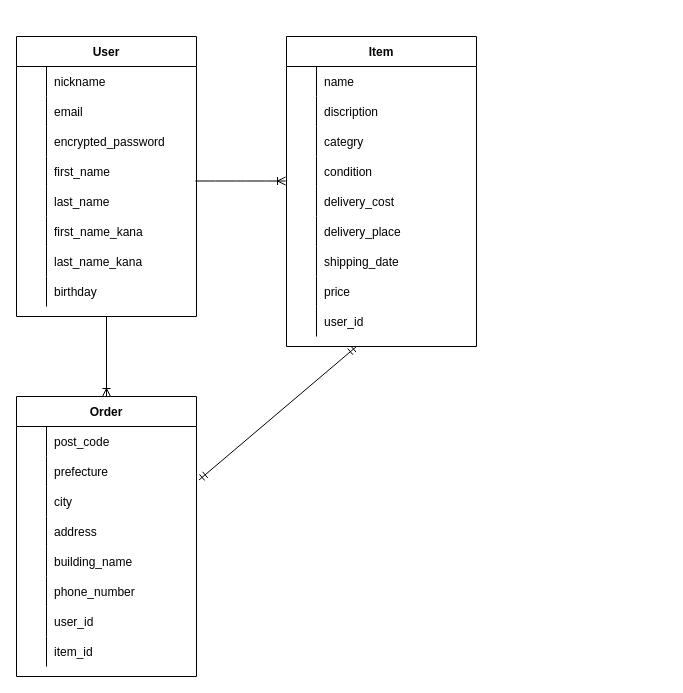
The draw.io diagram furima.dio in 3tyuuyuu0117/furima-38463, before the edit. Source tidied: cells renumbered, new cells numbered last; positions are measured from the earlier drawing's top-left corner, leaving out a move shared by most shapes. Both pictures are drawn from the tidied source at 100%, with x=0, y=0 at pixel (16, 36).
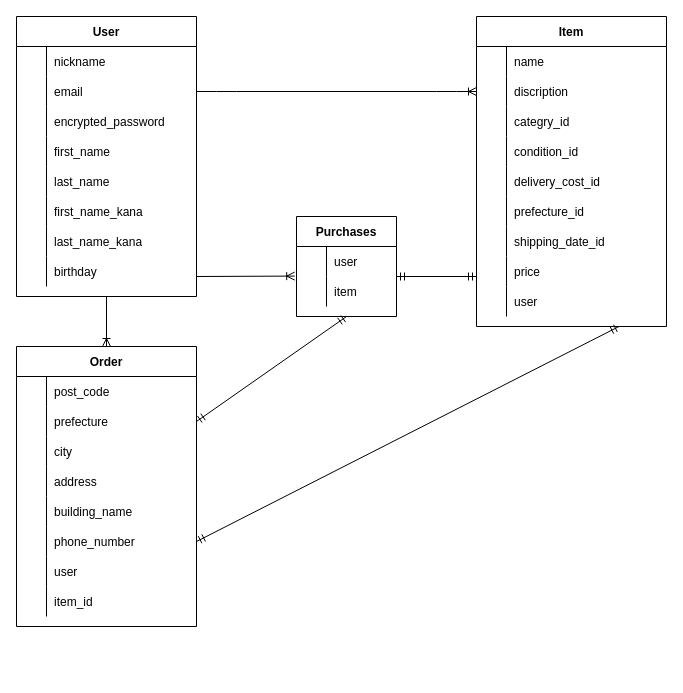
The same page after the edit.

Unchanged cells that the change refers to:
```xml
<mxCell id="6" style="shape=partialRectangle;fillColor=none;top=0;left=0;bottom=0;right=0;points=[[0,0.5],[1,0.5]];portConstraint=eastwest;" parent="2" vertex="1">
  <mxGeometry y="60" width="180" height="30" as="geometry" />
</mxCell>
<mxCell id="12" style="shape=partialRectangle;fillColor=none;top=0;left=0;bottom=0;right=0;points=[[0,0.5],[1,0.5]];portConstraint=eastwest;" parent="2" vertex="1">
  <mxGeometry y="120" width="180" height="30" as="geometry" />
</mxCell>
<mxCell id="31" style="shape=partialRectangle;fillColor=none;top=0;left=0;bottom=0;right=0;points=[[0,0.5],[1,0.5]];portConstraint=eastwest;" parent="27" vertex="1">
  <mxGeometry y="60" width="190" height="30" as="geometry" />
</mxCell>
<mxCell id="34" style="shape=partialRectangle;fillColor=none;top=0;left=0;bottom=0;right=0;" parent="27" vertex="1">
  <mxGeometry y="90" width="190" height="30" as="geometry" />
</mxCell>
<mxCell id="37" style="shape=partialRectangle;fillColor=none;top=0;left=0;bottom=0;right=0;points=[[0,0.5],[1,0.5]];portConstraint=eastwest;" parent="27" vertex="1">
  <mxGeometry y="120" width="190" height="30" as="geometry" />
</mxCell>
<mxCell id="40" style="shape=partialRectangle;fillColor=none;top=0;left=0;bottom=0;right=0;" parent="27" vertex="1">
  <mxGeometry y="150" width="190" height="30" as="geometry" />
</mxCell>
<mxCell id="43" style="shape=partialRectangle;fillColor=none;top=0;left=0;bottom=0;right=0;" parent="27" vertex="1">
  <mxGeometry y="180" width="190" height="30" as="geometry" />
</mxCell>
<mxCell id="46" style="shape=partialRectangle;fillColor=none;top=0;left=0;bottom=0;right=0;" parent="27" vertex="1">
  <mxGeometry y="210" width="190" height="30" as="geometry" />
</mxCell>
<mxCell id="49" style="shape=partialRectangle;fillColor=none;top=0;left=0;bottom=0;right=0;points=[[0,0.5],[1,0.5]];portConstraint=eastwest;" parent="27" vertex="1">
  <mxGeometry y="240" width="190" height="30" as="geometry" />
</mxCell>
<mxCell id="52" style="shape=partialRectangle;fillColor=none;top=0;left=0;bottom=0;right=0;" parent="27" vertex="1">
  <mxGeometry y="270" width="190" height="30" as="geometry" />
</mxCell>
<mxCell id="59" style="shape=partialRectangle;fillColor=none;top=0;left=0;bottom=0;right=0;points=[[0,0.5],[1,0.5]];portConstraint=eastwest;" parent="55" vertex="1">
  <mxGeometry y="60" width="180" height="30" as="geometry" />
</mxCell>
<mxCell id="71" style="shape=partialRectangle;fillColor=none;top=0;left=0;bottom=0;right=0;points=[[0,0.5],[1,0.5]];portConstraint=eastwest;" parent="55" vertex="1">
  <mxGeometry y="180" width="180" height="30" as="geometry" />
</mxCell>
<mxCell id="74" style="shape=partialRectangle;fillColor=none;top=0;left=0;bottom=0;right=0;" parent="55" vertex="1">
  <mxGeometry y="210" width="180" height="30" as="geometry" />
</mxCell>
```

Diff of the diagram source:
```diff
@@
     <mxCell id="2" value="User" style="shape=table;startSize=30;childLayout=tableLayout;rowLines=0;fontStyle=1;align=center;" parent="1" vertex="1">
-      <mxGeometry width="180" height="280" as="geometry" />
+      <mxGeometry y="-20" width="180" height="280" as="geometry" />
     </mxCell>
@@
     <mxCell id="27" value="Item" style="shape=table;startSize=30;childLayout=tableLayout;rowLines=0;fontStyle=1;align=center;" parent="1" vertex="1">
-      <mxGeometry x="270" width="190" height="310" as="geometry" />
+      <mxGeometry x="460" y="-20" width="190" height="310" as="geometry" />
     </mxCell>
@@
-    <mxCell id="36" value="categry" style="shape=partialRectangle;fillColor=none;top=0;left=0;bottom=0;right=0;align=left;spacingLeft=6;overflow=hidden;" parent="34" vertex="1">
+    <mxCell id="36" value="categry_id" style="shape=partialRectangle;fillColor=none;top=0;left=0;bottom=0;right=0;align=left;spacingLeft=6;overflow=hidden;" parent="34" vertex="1">
       <mxGeometry x="30" width="160" height="30" as="geometry" />
     </mxCell>
@@
-    <mxCell id="39" value="condition" style="shape=partialRectangle;fillColor=none;top=0;left=0;bottom=0;right=0;align=left;spacingLeft=6;overflow=hidden;" parent="37" vertex="1">
+    <mxCell id="39" value="condition_id" style="shape=partialRectangle;fillColor=none;top=0;left=0;bottom=0;right=0;align=left;spacingLeft=6;overflow=hidden;" parent="37" vertex="1">
       <mxGeometry x="30" width="160" height="30" as="geometry" />
     </mxCell>
@@
-    <mxCell id="42" value="delivery_cost" style="shape=partialRectangle;fillColor=none;top=0;left=0;bottom=0;right=0;align=left;spacingLeft=6;overflow=hidden;" parent="40" vertex="1">
+    <mxCell id="42" value="delivery_cost_id" style="shape=partialRectangle;fillColor=none;top=0;left=0;bottom=0;right=0;align=left;spacingLeft=6;overflow=hidden;" parent="40" vertex="1">
       <mxGeometry x="30" width="160" height="30" as="geometry" />
     </mxCell>
@@
-    <mxCell id="45" value="delivery_place" style="shape=partialRectangle;fillColor=none;top=0;left=0;bottom=0;right=0;align=left;spacingLeft=6;overflow=hidden;" parent="43" vertex="1">
+    <mxCell id="45" value="prefecture_id" style="shape=partialRectangle;fillColor=none;top=0;left=0;bottom=0;right=0;align=left;spacingLeft=6;overflow=hidden;" parent="43" vertex="1">
       <mxGeometry x="30" width="160" height="30" as="geometry" />
     </mxCell>
@@
-    <mxCell id="48" value="shipping_date" style="shape=partialRectangle;fillColor=none;top=0;left=0;bottom=0;right=0;align=left;spacingLeft=6;overflow=hidden;" parent="46" vertex="1">
+    <mxCell id="48" value="shipping_date_id" style="shape=partialRectangle;fillColor=none;top=0;left=0;bottom=0;right=0;align=left;spacingLeft=6;overflow=hidden;" parent="46" vertex="1">
       <mxGeometry x="30" width="160" height="30" as="geometry" />
     </mxCell>
@@
-    <mxCell id="54" value="user_id" style="shape=partialRectangle;fillColor=none;top=0;left=0;bottom=0;right=0;align=left;spacingLeft=6;overflow=hidden;" parent="52" vertex="1">
+    <mxCell id="54" value="user" style="shape=partialRectangle;fillColor=none;top=0;left=0;bottom=0;right=0;align=left;spacingLeft=6;overflow=hidden;" parent="52" vertex="1">
       <mxGeometry x="30" width="160" height="30" as="geometry" />
     </mxCell>
     <mxCell id="55" value="Order" style="shape=table;startSize=30;childLayout=tableLayout;rowLines=0;fontStyle=1;align=center;" parent="1" vertex="1">
-      <mxGeometry y="360" width="180" height="280" as="geometry" />
+      <mxGeometry y="310" width="180" height="280" as="geometry" />
     </mxCell>
@@
-    <mxCell id="76" value="user_id" style="shape=partialRectangle;fillColor=none;top=0;left=0;bottom=0;right=0;align=left;spacingLeft=6;overflow=hidden;" parent="74" vertex="1">
+    <mxCell id="76" value="user" style="shape=partialRectangle;fillColor=none;top=0;left=0;bottom=0;right=0;align=left;spacingLeft=6;overflow=hidden;" parent="74" vertex="1">
       <mxGeometry x="30" width="150" height="30" as="geometry" />
     </mxCell>
@@
-    <mxCell id="80" style="edgeStyle=entityRelationEdgeStyle;fontSize=12;html=1;endArrow=ERoneToMany;entryX=-0.005;entryY=0.817;entryDx=0;entryDy=0;entryPerimeter=0;exitX=0.994;exitY=0.817;exitDx=0;exitDy=0;exitPerimeter=0;" parent="1" edge="1" source="12" target="37">
+    <mxCell id="80" style="edgeStyle=entityRelationEdgeStyle;fontSize=12;html=1;endArrow=ERoneToMany;entryX=0;entryY=0.5;entryDx=0;entryDy=0;exitX=1;exitY=0.5;exitDx=0;exitDy=0;" parent="1" edge="1" source="6" target="31">
       <mxGeometry relative="1" as="geometry" />
     </mxCell>
@@
-    <mxCell id="82" style="fontSize=12;html=1;endArrow=ERmandOne;startArrow=ERmandOne;exitX=1.014;exitY=0.783;exitDx=0;exitDy=0;exitPerimeter=0;" parent="1" edge="1" source="59">
-      <mxGeometry relative="1" as="geometry">
-        <mxPoint x="340" y="310" as="targetPoint" />
-      </mxGeometry>
+    <mxCell id="82" style="fontSize=12;html=1;endArrow=ERmandOne;startArrow=ERmandOne;exitX=1;exitY=0.5;exitDx=0;exitDy=0;entryX=0.75;entryY=1;entryDx=0;entryDy=0;" parent="1" edge="1" source="71" target="27">
+      <mxGeometry relative="1" as="geometry" />
     </mxCell>
+    <mxCell id="83" value="Purchases" style="shape=table;startSize=30;childLayout=tableLayout;rowLines=0;fontStyle=1;align=center;" parent="1" vertex="1">
+      <mxGeometry x="280" y="180" width="100" height="100" as="geometry" />
+    </mxCell>
+    <mxCell id="84" style="shape=partialRectangle;fillColor=none;top=0;left=0;bottom=0;right=0;points=[[0,0.5],[1,0.5]];portConstraint=eastwest;" parent="83" vertex="1">
+      <mxGeometry y="30" width="100" height="30" as="geometry" />
+    </mxCell>
+    <mxCell id="85" style="shape=partialRectangle;fillColor=none;top=0;left=0;bottom=0;right=0;overflow=hidden;" parent="84" vertex="1">
+      <mxGeometry width="30" height="30" as="geometry" />
+    </mxCell>
+    <mxCell id="86" value="user" style="shape=partialRectangle;fillColor=none;top=0;left=0;bottom=0;right=0;align=left;spacingLeft=6;overflow=hidden;" parent="84" vertex="1">
+      <mxGeometry x="30" width="70" height="30" as="geometry" />
+    </mxCell>
+    <mxCell id="87" style="shape=partialRectangle;fillColor=none;top=0;left=0;bottom=0;right=0;" parent="83" vertex="1">
+      <mxGeometry y="60" width="100" height="30" as="geometry" />
+    </mxCell>
+    <mxCell id="88" style="shape=partialRectangle;fillColor=none;top=0;left=0;bottom=0;right=0;overflow=hidden;" parent="87" vertex="1">
+      <mxGeometry width="30" height="30" as="geometry" />
+    </mxCell>
+    <mxCell id="89" value="item" style="shape=partialRectangle;fillColor=none;top=0;left=0;bottom=0;right=0;align=left;spacingLeft=6;overflow=hidden;" parent="87" vertex="1">
+      <mxGeometry x="30" width="70" height="30" as="geometry" />
+    </mxCell>
+    <mxCell id="90" style="fontSize=12;html=1;endArrow=ERmandOne;startArrow=ERmandOne;entryX=0;entryY=0.667;entryDx=0;entryDy=0;entryPerimeter=0;" parent="1" edge="1" target="49">
+      <mxGeometry relative="1" as="geometry">
+        <mxPoint x="380" y="240" as="sourcePoint" />
+      </mxGeometry>
+    </mxCell>
+    <mxCell id="91" style="fontSize=12;html=1;endArrow=ERoneToMany;entryX=-0.018;entryY=0.986;entryDx=0;entryDy=0;entryPerimeter=0;" parent="1" edge="1" target="84">
+      <mxGeometry relative="1" as="geometry">
+        <mxPoint x="180" y="240" as="sourcePoint" />
+      </mxGeometry>
+    </mxCell>
+    <mxCell id="92" style="fontSize=12;html=1;endArrow=ERmandOne;startArrow=ERmandOne;exitX=1;exitY=0.5;exitDx=0;exitDy=0;entryX=0.5;entryY=1;entryDx=0;entryDy=0;" parent="1" edge="1" source="59" target="83">
+      <mxGeometry relative="1" as="geometry" />
+    </mxCell>
```
